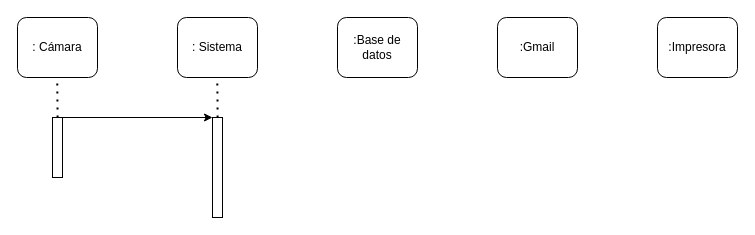
miqueasgalvano1/izo-isw1-tpds keeps this draw.io diagram as diagrama/Diagrama sin título.drawio. Above is the earlier version. Source tidied: cells renumbered, new cells numbered last; positions are measured from the earlier drawing's top-left corner, leaving out a move shared by most shapes. Both pictures are drawn from the tidied source at 100%, with x=0, y=0 at pixel (17, 17).
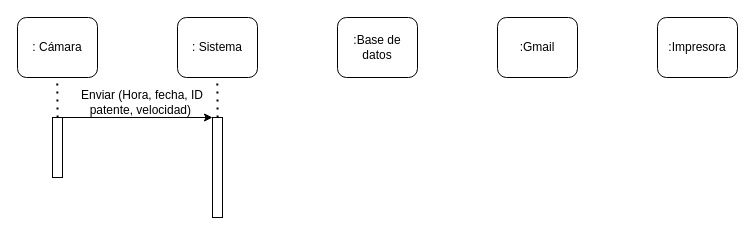
Above is the later version.

Diff of the diagram source:
```diff
@@
 <mxGraphModel>
   <root>
     <mxCell id="0" />
     <mxCell id="1" parent="0" />
     <mxCell id="2" value=": Cámara" style="rounded=1;whiteSpace=wrap;html=1;" parent="1" vertex="1">
       <mxGeometry width="80" height="60" as="geometry" />
     </mxCell>
     <mxCell id="3" value=": Sistema" style="rounded=1;whiteSpace=wrap;html=1;" parent="1" vertex="1">
       <mxGeometry x="160" width="80" height="60" as="geometry" />
     </mxCell>
     <mxCell id="4" value=":Base de datos" style="rounded=1;whiteSpace=wrap;html=1;" parent="1" vertex="1">
       <mxGeometry x="320" width="80" height="60" as="geometry" />
     </mxCell>
     <mxCell id="5" value=":Impresora" style="rounded=1;whiteSpace=wrap;html=1;" parent="1" vertex="1">
       <mxGeometry x="640" width="80" height="60" as="geometry" />
     </mxCell>
     <mxCell id="6" value=":Gmail" style="rounded=1;whiteSpace=wrap;html=1;" parent="1" vertex="1">
       <mxGeometry x="480" width="80" height="60" as="geometry" />
     </mxCell>
     <mxCell id="7" style="endArrow=none;dashed=1;html=1;dashPattern=1 3;strokeWidth=2;rounded=0;" parent="1" edge="1">
       <mxGeometry relative="1" as="geometry">
         <mxPoint x="40.1" y="100" as="sourcePoint" />
         <mxPoint x="39.7" y="60" as="targetPoint" />
       </mxGeometry>
     </mxCell>
     <mxCell id="8" style="rounded=0;whiteSpace=wrap;html=1;" parent="1" vertex="1">
       <mxGeometry x="195" y="100" width="10" height="100" as="geometry" />
     </mxCell>
     <mxCell id="9" style="rounded=0;whiteSpace=wrap;html=1;" parent="1" vertex="1">
       <mxGeometry x="35" y="100" width="10" height="60" as="geometry" />
     </mxCell>
     <mxCell id="10" style="endArrow=none;dashed=1;html=1;dashPattern=1 3;strokeWidth=2;rounded=0;" parent="1" edge="1">
       <mxGeometry relative="1" as="geometry">
         <mxPoint x="200.1" y="100" as="sourcePoint" />
         <mxPoint x="199.7" y="60" as="targetPoint" />
         <Array as="points">
           <mxPoint x="200" y="80" />
         </Array>
       </mxGeometry>
     </mxCell>
     <mxCell id="11" style="endArrow=classic;html=1;rounded=0;entryX=0;entryY=0;entryDx=0;entryDy=0;" parent="1" edge="1" target="8">
       <mxGeometry relative="1" as="geometry">
         <mxPoint x="45" y="100" as="sourcePoint" />
       </mxGeometry>
     </mxCell>
+    <mxCell id="12" value="Enviar (Hora, fecha, ID patente, velocidad)&amp;nbsp;" style="text;html=1;strokeColor=none;fillColor=none;align=center;verticalAlign=middle;whiteSpace=wrap;rounded=0;" parent="1" vertex="1">
+      <mxGeometry x="55" y="70" width="140" height="30" as="geometry" />
+    </mxCell>
   </root>
 </mxGraphModel>
```
